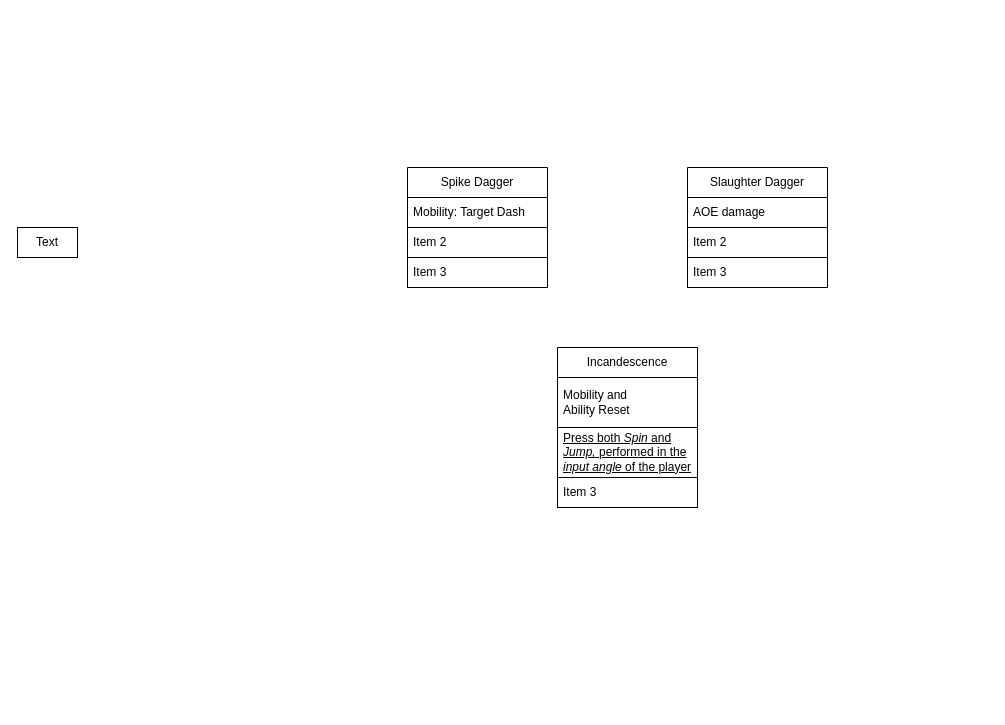
Above: GUSION_ABILITY_SCHEME.drawio in lowercasewords/SRB2_Gusion (draw.io), before the change. Source tidied: cells renumbered, new cells numbered last; positions are measured from the earlier drawing's top-left corner, leaving out a move shared by most shapes. Both pictures are drawn from the tidied source at 100%, with x=0, y=0 at pixel (17, 167).
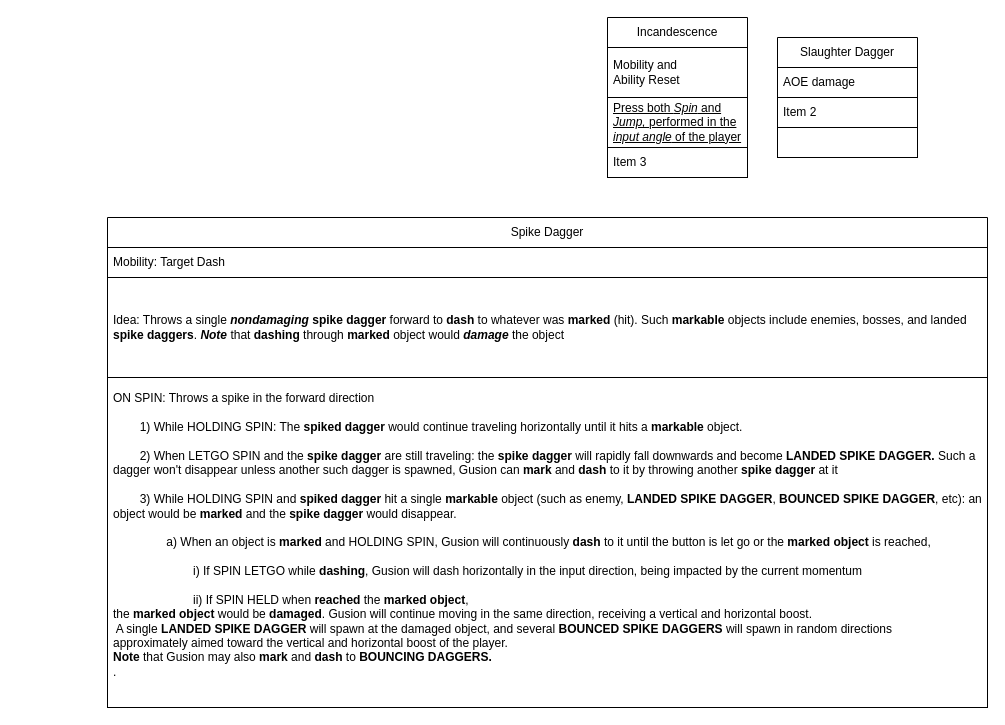
After the change.

Commit message:
First SPIKE DASH version of the ability: GUSION_ABILITY_SCHEME.drawio

What changed in the source:
```diff
@@
 <mxGraphModel>
   <root>
     <mxCell id="0" />
     <mxCell id="1" parent="0" />
-    <mxCell id="2" value="Text" style="text;html=1;align=center;verticalAlign=middle;whiteSpace=wrap;rounded=0;strokeColor=default;" parent="1" vertex="1">
-      <mxGeometry y="60" width="60" height="30" as="geometry" />
-    </mxCell>
-    <mxCell id="3" value="&lt;div&gt;Spike Dagger&lt;/div&gt;" style="swimlane;fontStyle=0;horizontal=1;startSize=30;whiteSpace=wrap;html=1;strokeColor=default;" parent="1" vertex="1">
-      <mxGeometry x="390" width="140" height="120" as="geometry" />
-    </mxCell>
-    <mxCell id="4" value="Mobility: Target Dash" style="text;strokeColor=default;fillColor=none;align=left;verticalAlign=middle;spacingLeft=4;spacingRight=4;overflow=hidden;whiteSpace=wrap;html=1;" parent="3" vertex="1">
-      <mxGeometry y="30" width="140" height="30" as="geometry" />
-    </mxCell>
-    <mxCell id="5" value="Item 2" style="text;strokeColor=default;fillColor=none;align=left;verticalAlign=middle;spacingLeft=4;spacingRight=4;overflow=hidden;whiteSpace=wrap;html=1;" parent="3" vertex="1">
-      <mxGeometry y="60" width="140" height="30" as="geometry" />
-    </mxCell>
-    <mxCell id="6" value="Item 3" style="text;strokeColor=default;fillColor=none;align=left;verticalAlign=middle;spacingLeft=4;spacingRight=4;overflow=hidden;whiteSpace=wrap;html=1;" parent="3" vertex="1">
-      <mxGeometry y="90" width="140" height="30" as="geometry" />
-    </mxCell>
     <mxCell id="7" value="&lt;div&gt;Slaughter Dagger&lt;/div&gt;" style="swimlane;fontStyle=0;horizontal=1;startSize=30;whiteSpace=wrap;html=1;strokeColor=default;" parent="1" vertex="1">
-      <mxGeometry x="670" width="140" height="120" as="geometry" />
+      <mxGeometry x="760" y="-130" width="140" height="120" as="geometry" />
     </mxCell>
     <mxCell id="8" value="AOE damage" style="text;strokeColor=default;fillColor=none;align=left;verticalAlign=middle;spacingLeft=4;spacingRight=4;overflow=hidden;whiteSpace=wrap;html=1;" parent="7" vertex="1">
       <mxGeometry y="30" width="140" height="30" as="geometry" />
     </mxCell>
     <mxCell id="9" value="Item 2" style="text;strokeColor=default;fillColor=none;align=left;verticalAlign=middle;spacingLeft=4;spacingRight=4;overflow=hidden;whiteSpace=wrap;html=1;" parent="7" vertex="1">
       <mxGeometry y="60" width="140" height="30" as="geometry" />
     </mxCell>
-    <mxCell id="10" value="Item 3" style="text;strokeColor=default;fillColor=none;align=left;verticalAlign=middle;spacingLeft=4;spacingRight=4;overflow=hidden;whiteSpace=wrap;html=1;" parent="7" vertex="1">
+    <mxCell id="10" style="text;strokeColor=default;fillColor=none;align=left;verticalAlign=middle;spacingLeft=4;spacingRight=4;overflow=hidden;whiteSpace=wrap;html=1;" parent="7" vertex="1">
       <mxGeometry y="90" width="140" height="30" as="geometry" />
     </mxCell>
     <mxCell id="11" value="Incandescence" style="swimlane;fontStyle=0;horizontal=1;startSize=30;whiteSpace=wrap;html=1;strokeColor=default;" parent="1" vertex="1">
-      <mxGeometry x="540" y="180" width="140" height="160" as="geometry" />
+      <mxGeometry x="590" y="-150" width="140" height="160" as="geometry" />
     </mxCell>
     <mxCell id="12" value="Mobility and &lt;br&gt;Ability Reset" style="text;strokeColor=default;fillColor=none;align=left;verticalAlign=middle;spacingLeft=4;spacingRight=4;overflow=hidden;whiteSpace=wrap;html=1;" parent="11" vertex="1">
       <mxGeometry y="30" width="140" height="50" as="geometry" />
     </mxCell>
     <mxCell id="13" value="&lt;u&gt;Press both &lt;i&gt;Spin&lt;/i&gt; and &lt;i&gt;Jump, &lt;/i&gt;performed in the &lt;i&gt;input angle&lt;/i&gt; of the player&lt;br&gt;&lt;/u&gt;" style="text;strokeColor=default;fillColor=none;align=left;verticalAlign=middle;spacingLeft=4;spacingRight=4;overflow=hidden;whiteSpace=wrap;html=1;" parent="11" vertex="1">
       <mxGeometry y="80" width="140" height="50" as="geometry" />
     </mxCell>
     <mxCell id="14" value="Item 3" style="text;strokeColor=default;fillColor=none;align=left;verticalAlign=middle;spacingLeft=4;spacingRight=4;overflow=hidden;whiteSpace=wrap;html=1;" parent="11" vertex="1">
       <mxGeometry y="130" width="140" height="30" as="geometry" />
     </mxCell>
+    <mxCell id="3" value="&lt;div&gt;Spike Dagger&lt;/div&gt;" style="swimlane;fontStyle=0;horizontal=1;startSize=30;whiteSpace=wrap;html=1;strokeColor=default;fillColor=default;swimlaneLine=1;" parent="1" vertex="1">
+      <mxGeometry x="90" y="50" width="880" height="490" as="geometry" />
+    </mxCell>
+    <mxCell id="4" value="Mobility: Target Dash&lt;span style=&quot;white-space: pre;&quot;&gt;&#9;&lt;/span&gt;" style="text;strokeColor=default;fillColor=none;align=left;verticalAlign=middle;spacingLeft=4;spacingRight=4;overflow=hidden;whiteSpace=wrap;html=1;" parent="3" vertex="1">
+      <mxGeometry y="30" width="880" height="30" as="geometry" />
+    </mxCell>
+    <mxCell id="5" value="Idea: Throws a single &lt;i&gt;&lt;b&gt;nondamaging&lt;/b&gt;&lt;/i&gt; &lt;b&gt;spike dagger&lt;/b&gt; forward to &lt;b&gt;dash&lt;/b&gt; to whatever was &lt;b&gt;marked&lt;/b&gt; (hit). Such &lt;b&gt;markable&lt;/b&gt; objects include enemies, bosses, and landed &lt;b&gt;spike daggers&lt;/b&gt;. &lt;i&gt;&lt;b&gt;Note&lt;/b&gt;&lt;/i&gt; that &lt;b&gt;dashing&lt;/b&gt; through &lt;b&gt;marked&lt;/b&gt; object would &lt;b&gt;&lt;i&gt;damage&lt;/i&gt; &lt;/b&gt;the object" style="text;strokeColor=default;fillColor=none;align=left;verticalAlign=middle;spacingLeft=4;spacingRight=4;overflow=hidden;whiteSpace=wrap;html=1;" parent="3" vertex="1">
+      <mxGeometry y="60" width="880" height="100" as="geometry" />
+    </mxCell>
+    <mxCell id="15" value="&lt;div&gt;ON SPIN: Throws a spike in the forward direction&lt;/div&gt;&lt;div&gt;&lt;br&gt;&lt;/div&gt;&lt;div&gt;&lt;span style=&quot;white-space: pre;&quot;&gt;&#9;&lt;/span&gt;1) While HOLDING SPIN: The &lt;b&gt;spiked dagger&lt;/b&gt; would continue traveling horizontally until it hits a &lt;b&gt;markable&lt;/b&gt; object.&lt;/div&gt;&lt;div&gt;&lt;div&gt;&lt;br&gt;&lt;/div&gt;&lt;span style=&quot;white-space: pre;&quot;&gt;&#9;&lt;/span&gt;2) When LETGO SPIN and the &lt;b&gt;spike dagger &lt;/b&gt;are still traveling: the &lt;b&gt;spike dagger&lt;/b&gt; will rapidly fall downwards and become&lt;b&gt; LANDED SPIKE DAGGER.&lt;/b&gt; Such a dagger won't disappear unless another such dagger is spawned, Gusion can &lt;b&gt;mark&lt;/b&gt; and &lt;b&gt;dash&lt;/b&gt; to it by throwing another &lt;b&gt;spike dagger&lt;/b&gt; at it&lt;/div&gt;&lt;div&gt;&lt;br&gt;&lt;/div&gt;&lt;div&gt;&lt;div&gt;&lt;span style=&quot;white-space: pre;&quot;&gt;&#9;&lt;/span&gt;3) While HOLDING SPIN and &lt;b&gt;spiked dagger&lt;/b&gt; hit a single &lt;b&gt;markable&lt;/b&gt; object (such as enemy, &lt;b&gt;LANDED SPIKE DAGGER&lt;/b&gt;, &lt;b&gt;BOUNCED SPIKE DAGGER&lt;/b&gt;, etc): an object would be &lt;b&gt;marked&lt;/b&gt; and the &lt;b&gt;spike dagger&lt;/b&gt; would disappear. &lt;br&gt;&lt;/div&gt;&lt;div&gt;&lt;br&gt;&lt;/div&gt;&lt;div&gt;&lt;span style=&quot;white-space: pre;&quot;&gt;&#9;&lt;/span&gt;&lt;span style=&quot;white-space: pre;&quot;&gt;&#9;&lt;/span&gt;a) When an object is &lt;b&gt;marked&lt;/b&gt; and HOLDING SPIN, Gusion will continuously &lt;b&gt;dash&lt;/b&gt; to it until the button is let go or the &lt;b&gt;marked object&lt;/b&gt; is reached,&lt;/div&gt;&lt;div&gt;&lt;span style=&quot;white-space: pre;&quot;&gt;&#9;&lt;/span&gt;&lt;span style=&quot;white-space: pre;&quot;&gt;&#9;&lt;/span&gt;&lt;/div&gt;&lt;div&gt;&lt;span style=&quot;white-space: pre;&quot;&gt;&#9;&lt;/span&gt;&lt;span style=&quot;white-space: pre;&quot;&gt;&#9;&lt;/span&gt;&lt;span style=&quot;white-space: pre;&quot;&gt;&#9;&lt;/span&gt;i) If SPIN LETGO while &lt;b&gt;dashing&lt;/b&gt;, Gusion will dash horizontally in the input direction, being impacted by the current momentum&lt;/div&gt;&lt;div&gt;&lt;br&gt;&lt;/div&gt;&lt;div&gt;&lt;span style=&quot;white-space: pre;&quot;&gt;&#9;&lt;/span&gt;&lt;span style=&quot;white-space: pre;&quot;&gt;&#9;&lt;/span&gt;&lt;span style=&quot;white-space: pre;&quot;&gt;&#9;ii) If SPIN HELD when &lt;b&gt;reached&lt;/b&gt; the &lt;b&gt;marked object&lt;/b&gt;,&lt;/span&gt;&lt;/div&gt;&lt;div&gt;&lt;span style=&quot;white-space: pre;&quot;&gt;the &lt;b&gt;marked object&lt;/b&gt; would be &lt;b&gt;damaged&lt;/b&gt;. Gusion will continue moving in the same direction, receiving a vertical and horizontal boost.&lt;/span&gt;&lt;/div&gt;&lt;div&gt;&lt;span style=&quot;white-space: pre;&quot;&gt; A single &lt;b&gt;LANDED SPIKE DAGGER &lt;/b&gt;will spawn at the damaged object, and several &lt;b&gt;BOUNCED SPIKE DAGGERS&lt;/b&gt; will spawn in random directions&lt;/span&gt;&lt;/div&gt;&lt;div&gt;&lt;span style=&quot;white-space: pre;&quot;&gt;approximately aimed toward the vertical and horizontal boost of the player. &lt;/span&gt;&lt;/div&gt;&lt;div&gt;&lt;span style=&quot;white-space: pre;&quot;&gt;&lt;b&gt;Note &lt;/b&gt;that Gusion may also &lt;b&gt;mark &lt;/b&gt;and &lt;b&gt;dash&lt;/b&gt; to &lt;b&gt;BOUNCING DAGGERS.&lt;br&gt;&lt;/b&gt;&lt;/span&gt;&lt;/div&gt;.&lt;/div&gt;&lt;div&gt;&lt;span style=&quot;white-space: pre;&quot;&gt;&#9;&lt;/span&gt;&lt;/div&gt;" style="text;strokeColor=default;fillColor=none;align=left;verticalAlign=middle;spacingLeft=4;spacingRight=4;overflow=hidden;html=1;whiteSpace=wrap;" parent="3" vertex="1">
+      <mxGeometry y="160" width="880" height="330" as="geometry" />
+    </mxCell>
   </root>
 </mxGraphModel>
```
